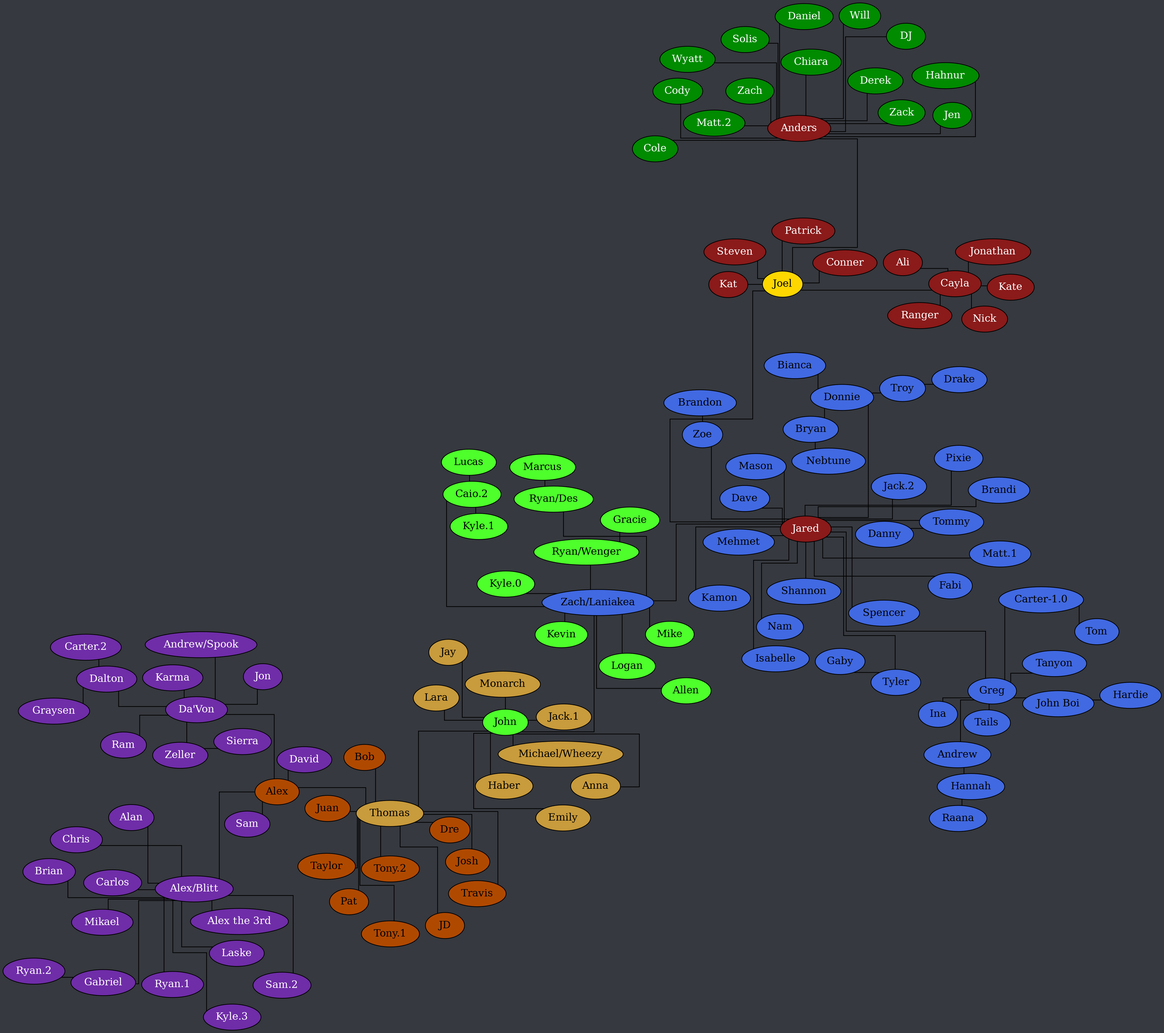
Before: tree.png, a diagram exported from Graphviz (Documidas/CoronaCatzFamilyTree). Its source is kept beside it as tree.dot.
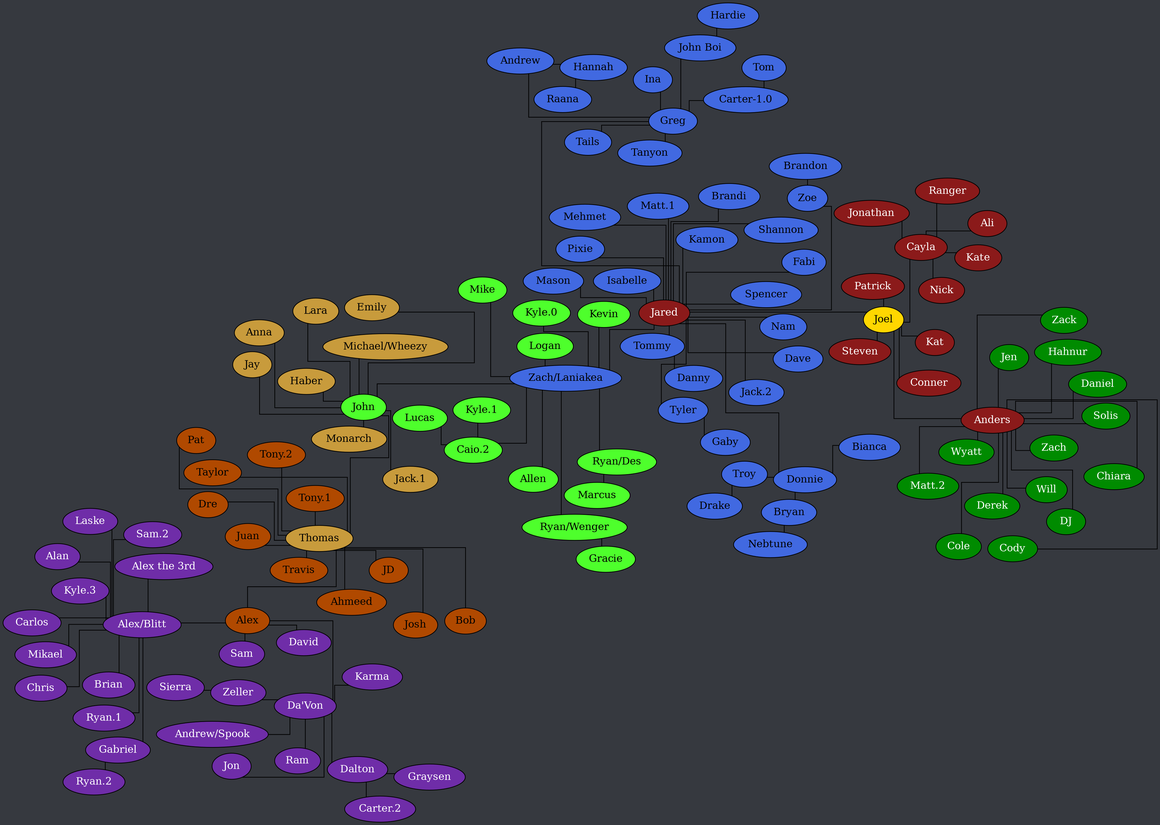
Later version of the same file.

Change to the diagram source:
```diff
@@ -130,6 +130,7 @@
 	subgraph "Thomas" {
 		node [ style=filled fillcolor="#b04900" fontcolor="black" ];
 
+		Thomas -- Ahmeed;
 		Thomas -- Alex;
 		Thomas -- Bob;
 		Thomas -- Dre;
```
